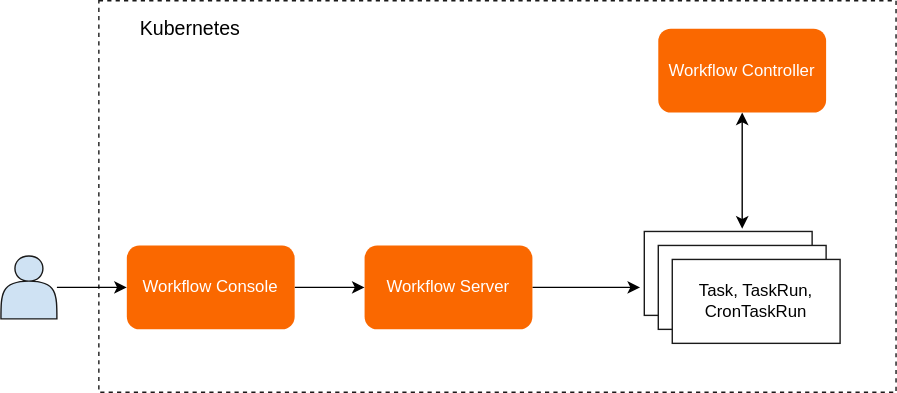
Before: src/assets/api/workflow/architecture.drawio.svg, a diagram exported from draw.io (t9k/ucman). Source tidied: cells renumbered, new cells last; positions are measured from the earlier drawing's top-left corner, leaving out a move shared by most shapes. The source it was exported from:
```xml
<mxGraphModel background="#ffffff">
  <root>
    <mxCell id="0" />
    <mxCell id="1" parent="0" />
    <mxCell id="2" style="rounded=0;whiteSpace=wrap;html=1;strokeColor=#1A1A1A;fillColor=none;dashed=1;" parent="1" vertex="1">
      <mxGeometry x="70" width="570" height="280" as="geometry" />
    </mxCell>
    <mxCell id="3" style="edgeStyle=orthogonalEdgeStyle;rounded=0;jettySize=auto;html=1;exitX=0.5;exitY=1;exitDx=0;exitDy=0;fontColor=#f0f0f0;strokeColor=#000000;startArrow=classic;startFill=1;" parent="1" edge="1" source="4">
      <mxGeometry relative="1" as="geometry">
        <mxPoint x="530" y="163" as="targetPoint" />
      </mxGeometry>
    </mxCell>
    <mxCell id="4" value="&lt;font color=&quot;#ffffff&quot;&gt;Workflow Controller&lt;/font&gt;" style="rounded=1;whiteSpace=wrap;html=1;strokeColor=none;fillColor=#fa6800;fontColor=#000000;" parent="1" vertex="1">
      <mxGeometry x="470" y="20" width="120" height="60" as="geometry" />
    </mxCell>
    <mxCell id="5" style="edgeStyle=orthogonalEdgeStyle;rounded=0;jettySize=auto;html=1;exitX=1;exitY=0.5;exitDx=0;exitDy=0;fontColor=#f0f0f0;strokeColor=#000000;" parent="1" edge="1" source="6">
      <mxGeometry relative="1" as="geometry">
        <mxPoint x="457" y="205" as="targetPoint" />
      </mxGeometry>
    </mxCell>
    <mxCell id="6" value="&lt;font color=&quot;#ffffff&quot;&gt;Workflow Server&lt;/font&gt;" style="rounded=1;whiteSpace=wrap;html=1;strokeColor=none;fillColor=#fa6800;fontColor=#000000;" parent="1" vertex="1">
      <mxGeometry x="260" y="175" width="120" height="60" as="geometry" />
    </mxCell>
    <mxCell id="7" style="edgeStyle=orthogonalEdgeStyle;rounded=0;jettySize=auto;html=1;exitX=1;exitY=0.5;exitDx=0;exitDy=0;entryX=0;entryY=0.5;entryDx=0;entryDy=0;fontColor=#f0f0f0;strokeColor=#000000;" parent="1" edge="1" source="8" target="6">
      <mxGeometry relative="1" as="geometry" />
    </mxCell>
    <mxCell id="8" value="&lt;font color=&quot;#ffffff&quot;&gt;Workflow Console&lt;/font&gt;" style="rounded=1;whiteSpace=wrap;html=1;strokeColor=none;fillColor=#fa6800;fontColor=#000000;" parent="1" vertex="1">
      <mxGeometry x="90" y="175" width="120" height="60" as="geometry" />
    </mxCell>
    <mxCell id="9" style="rounded=0;whiteSpace=wrap;html=1;fillColor=#FFFFFF;strokeColor=#1A1A1A;" parent="1" vertex="1">
      <mxGeometry x="460" y="165" width="120" height="60" as="geometry" />
    </mxCell>
    <mxCell id="10" style="rounded=0;whiteSpace=wrap;html=1;fillColor=#FFFFFF;strokeColor=#1A1A1A;" parent="1" vertex="1">
      <mxGeometry x="470" y="175" width="120" height="60" as="geometry" />
    </mxCell>
    <mxCell id="11" value="&lt;span style=&quot;color: rgb(0 , 0 , 0)&quot;&gt;Task, TaskRun,&lt;/span&gt;&lt;br style=&quot;color: rgb(0 , 0 , 0)&quot;&gt;&lt;span style=&quot;color: rgb(0 , 0 , 0)&quot;&gt;CronTaskRun&lt;/span&gt;" style="rounded=0;whiteSpace=wrap;html=1;fillColor=#FFFFFF;strokeColor=#1A1A1A;" parent="1" vertex="1">
      <mxGeometry x="480" y="185" width="120" height="60" as="geometry" />
    </mxCell>
    <mxCell id="12" value="&lt;font color=&quot;#000000&quot; style=&quot;font-size: 14px&quot;&gt;Kubernetes&lt;/font&gt;" style="text;html=1;align=center;verticalAlign=middle;fillColor=none;strokeColor=none;rounded=0;dashed=1;fontColor=#f0f0f0;" parent="1" vertex="1">
      <mxGeometry x="90" y="10" width="90" height="20" as="geometry" />
    </mxCell>
    <mxCell id="13" style="edgeStyle=orthogonalEdgeStyle;rounded=0;jettySize=auto;html=1;entryX=0;entryY=0.5;entryDx=0;entryDy=0;fontColor=#f0f0f0;strokeColor=#000000;" parent="1" edge="1" target="8">
      <mxGeometry relative="1" as="geometry">
        <mxPoint x="40" y="205" as="sourcePoint" />
      </mxGeometry>
    </mxCell>
    <mxCell id="14" style="shape=actor;whiteSpace=wrap;html=1;fontColor=#f0f0f0;strokeColor=#1A1A1A;fillColor=#cfe2f3ff;" parent="1" vertex="1">
      <mxGeometry y="182.5" width="40" height="45" as="geometry" />
    </mxCell>
  </root>
</mxGraphModel>
```
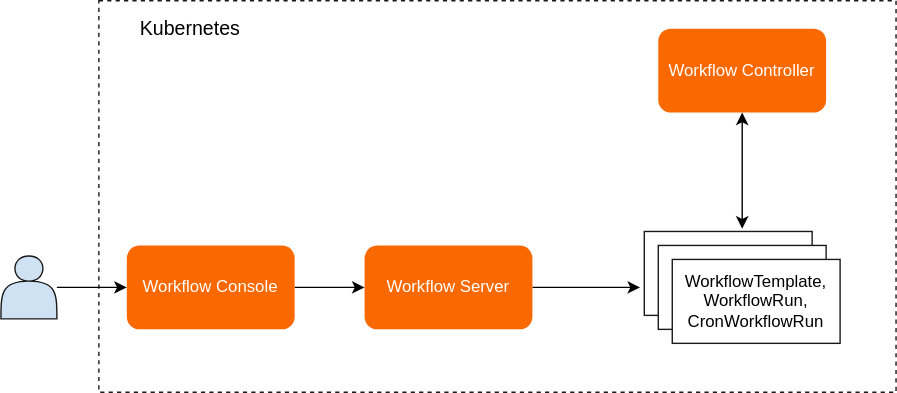
After the commit.

What changed in the source:
```diff
@@ -33,7 +33,7 @@
     <mxCell id="10" style="rounded=0;whiteSpace=wrap;html=1;fillColor=#FFFFFF;strokeColor=#1A1A1A;" parent="1" vertex="1">
       <mxGeometry x="470" y="175" width="120" height="60" as="geometry" />
     </mxCell>
-    <mxCell id="11" value="&lt;span style=&quot;color: rgb(0 , 0 , 0)&quot;&gt;Task, TaskRun,&lt;/span&gt;&lt;br style=&quot;color: rgb(0 , 0 , 0)&quot;&gt;&lt;span style=&quot;color: rgb(0 , 0 , 0)&quot;&gt;CronTaskRun&lt;/span&gt;" style="rounded=0;whiteSpace=wrap;html=1;fillColor=#FFFFFF;strokeColor=#1A1A1A;" parent="1" vertex="1">
+    <mxCell id="11" value="&lt;font color=&quot;#000000&quot;&gt;WorkflowTemplate,&lt;br&gt;&lt;/font&gt;&lt;span style=&quot;color: rgb(0, 0, 0);&quot;&gt;WorkflowRun,&lt;br&gt;&lt;/span&gt;&lt;span style=&quot;color: rgb(0, 0, 0);&quot;&gt;CronWorkflowRun&lt;/span&gt;" style="rounded=0;whiteSpace=wrap;html=1;fillColor=#FFFFFF;strokeColor=#1A1A1A;" parent="1" vertex="1">
       <mxGeometry x="480" y="185" width="120" height="60" as="geometry" />
     </mxCell>
     <mxCell id="12" value="&lt;font color=&quot;#000000&quot; style=&quot;font-size: 14px&quot;&gt;Kubernetes&lt;/font&gt;" style="text;html=1;align=center;verticalAlign=middle;fillColor=none;strokeColor=none;rounded=0;dashed=1;fontColor=#f0f0f0;" parent="1" vertex="1">
```
